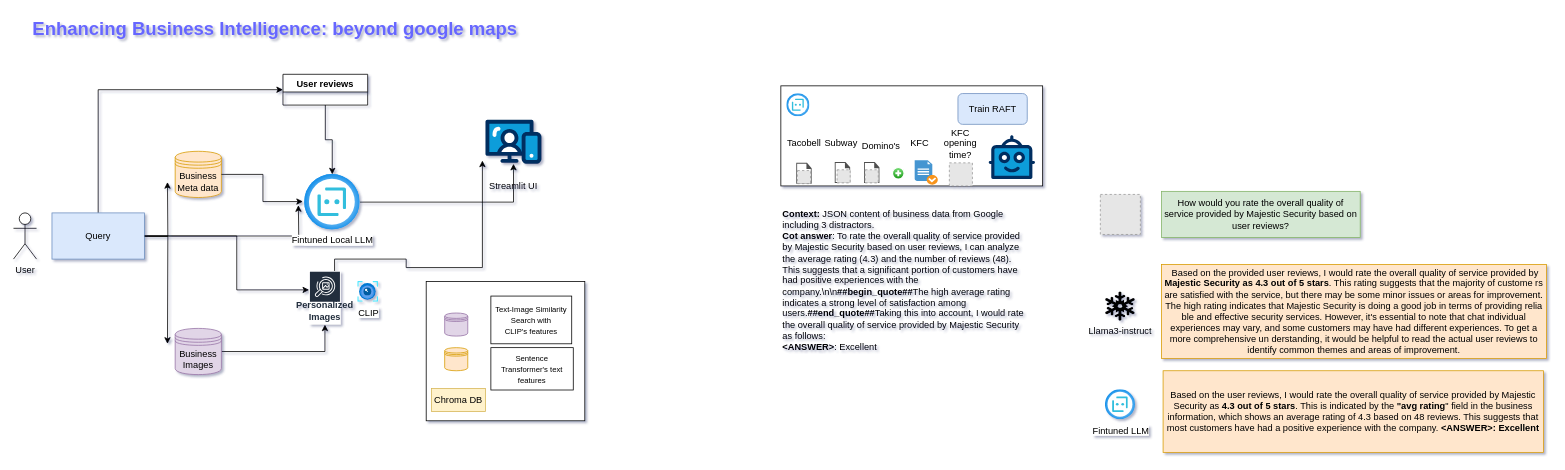
Earlier version of the draw.io diagram r-bot.drawio (saidineshpola/BasicSR). Source tidied: cells renumbered, new cells numbered last; positions are measured from the earlier drawing's top-left corner, leaving out a move shared by most shapes. Both pictures are drawn from the tidied source at 77%, with x=0, y=0 at pixel (13, 13). Pictures stored in the file or linked from it are replaced by grey dashed boxes.
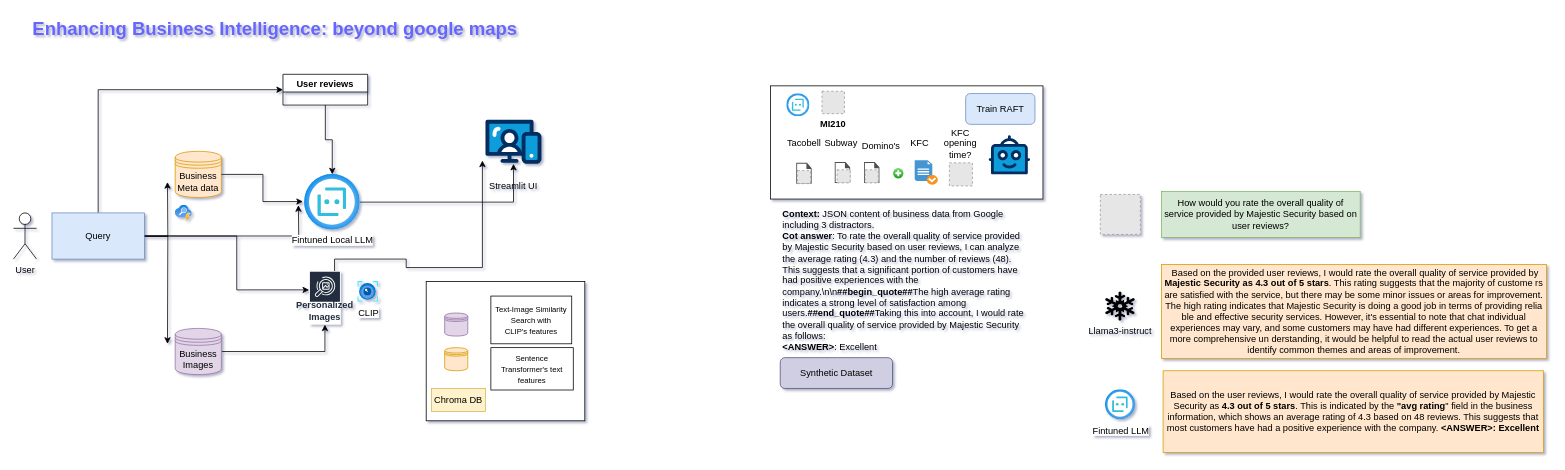
The same page after the edit.

Diff of the diagram source:
```diff
@@
     <mxCell id="26" style="rounded=0;whiteSpace=wrap;html=1;" parent="1" vertex="1">
-      <mxGeometry x="996.6" y="94" width="340" height="130" as="geometry" />
+      <mxGeometry x="983" y="94" width="354" height="147" as="geometry" />
     </mxCell>
@@
     <mxCell id="37" style="verticalLabelPosition=bottom;html=1;shape=mxgraph.salesforce.bots;" parent="1" vertex="1">
-      <mxGeometry x="1266.6" y="158" width="60" height="57" as="geometry" />
+      <mxGeometry x="1266.6" y="158" width="53.7" height="51" as="geometry" />
     </mxCell>
@@
     <mxCell id="43" value="Train RAFT" style="rounded=1;whiteSpace=wrap;html=1;fillColor=#dae8fc;strokeColor=#6c8ebf;" parent="1" vertex="1">
-      <mxGeometry x="1226.6" y="104" width="90" height="40" as="geometry" />
+      <mxGeometry x="1236.6" y="104" width="90" height="40" as="geometry" />
     </mxCell>
@@
+    <mxCell id="54" style="image;html=1;align=center;fontSize=12;image=img/lib/azure2/ai_machine_learning/Serverless_Search.svg;" parent="1" vertex="1">
+      <mxGeometry x="210" y="249" width="22" height="22" as="geometry" />
+    </mxCell>
+    <mxCell id="55" value="MI210" style="fillColor=#E6E6E6;strokeColor=#999999;dashed=1;verticalLabelPosition=bottom;labelBackgroundColor=default;verticalAlign=top;fontStyle=1;" parent="1" vertex="1">
+      <mxGeometry x="1050" y="101" width="29.2" height="29.2" as="geometry" />
+    </mxCell>
+    <mxCell id="56" value="Synthetic Dataset" style="rounded=1;whiteSpace=wrap;html=1;fillColor=#d0cee2;strokeColor=#56517e;" parent="1" vertex="1">
+      <mxGeometry x="995.8" y="447" width="145.8" height="40" as="geometry" />
+    </mxCell>
```
